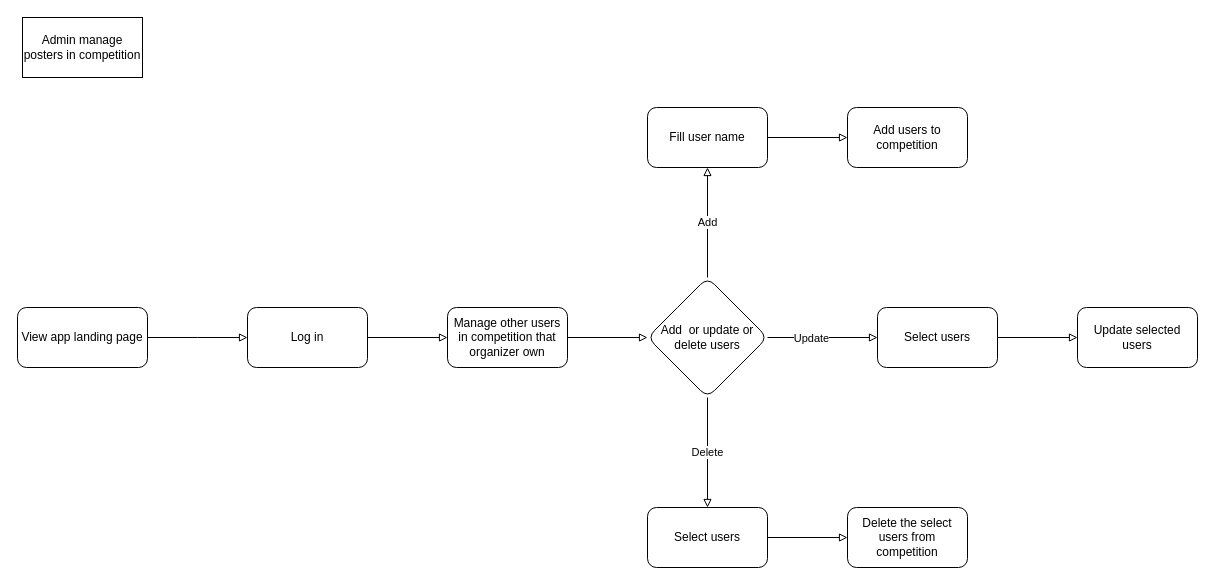
Above: page "Organizer member" (10 of 11) of Task flow.drawio in supagon/test (draw.io), before the change. Source tidied: cells renumbered, new cells numbered last; positions are measured from the earlier drawing's top-left corner, leaving out a move shared by most shapes. Both pictures are drawn from the tidied source at 100%, with x=0, y=0 at pixel (17, 17).
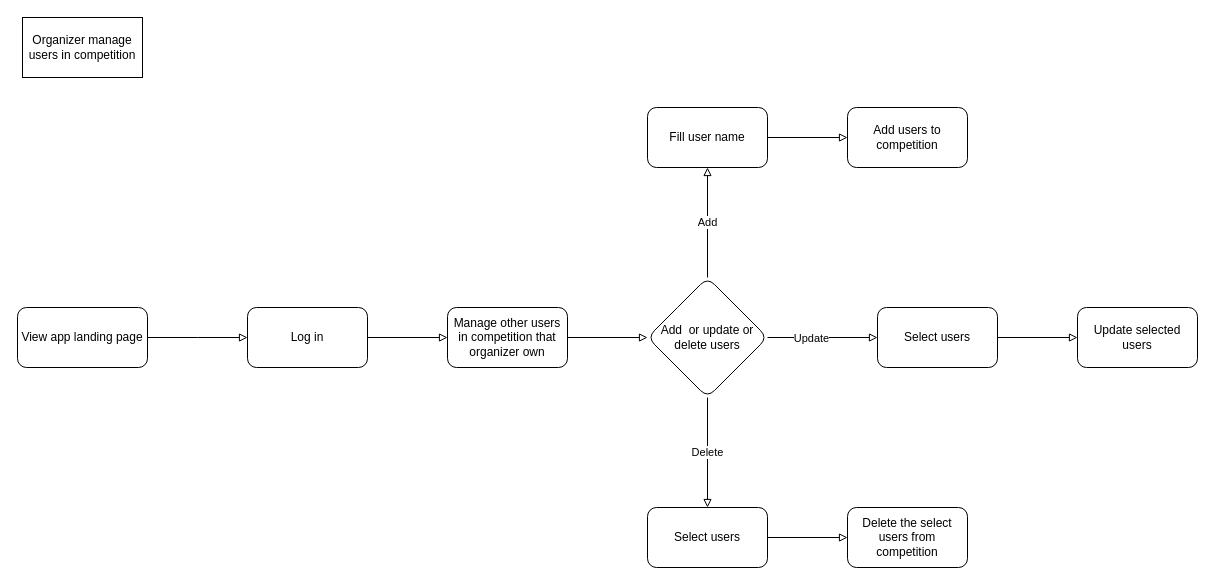
Above is the later version.

Diff of the diagram source:
```diff
@@
-    <mxCell id="22" value="Admin manage posters in competition" style="rounded=0;whiteSpace=wrap;html=1;" parent="1" vertex="1">
+    <mxCell id="22" value="Organizer manage users in competition" style="rounded=0;whiteSpace=wrap;html=1;" parent="1" vertex="1">
       <mxGeometry x="5" width="120" height="60" as="geometry" />
     </mxCell>
```
